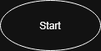
Above: flowchart/git-mirror.drawio.png in raphi-tech/git-mirror (draw.io), before the change. Source tidied: cells renumbered, new cells last; positions are measured from the earlier drawing's top-left corner, leaving out a move shared by most shapes.
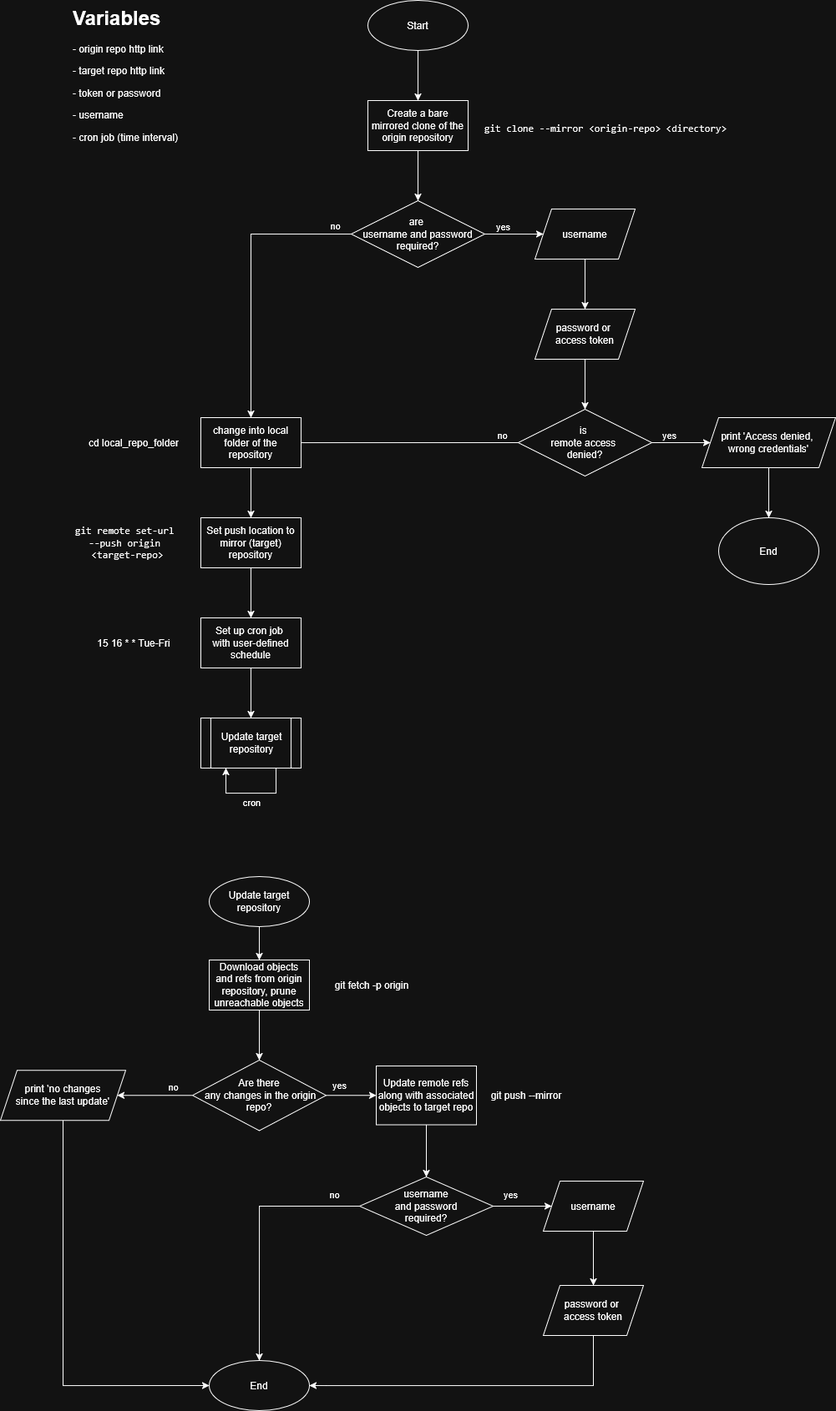
The same diagram one commit later.

The edit, as a diff of the source:
```diff
@@ -2,8 +2,230 @@
   <root>
     <mxCell id="0" />
     <mxCell id="1" parent="0" />
+    <mxCell id="3" style="edgeStyle=orthogonalEdgeStyle;rounded=0;jettySize=auto;html=1;" parent="1" edge="1" source="2" target="47">
+      <mxGeometry relative="1" as="geometry" />
+    </mxCell>
     <mxCell id="2" value="Start" style="ellipse;whiteSpace=wrap;html=1;" parent="1" vertex="1">
       <mxGeometry width="120" height="60" as="geometry" />
     </mxCell>
+    <mxCell id="4" style="edgeStyle=orthogonalEdgeStyle;rounded=0;jettySize=auto;html=1;entryX=0.5;entryY=0;entryDx=0;entryDy=0;" parent="1" edge="1" source="5" target="26">
+      <mxGeometry relative="1" as="geometry" />
+    </mxCell>
+    <mxCell id="5" value="&lt;div&gt;Download objects&lt;/div&gt;&lt;div&gt;and refs from origin repository, prune unreachable objects&lt;/div&gt;" style="rounded=0;whiteSpace=wrap;html=1;" parent="1" vertex="1">
+      <mxGeometry x="-190" y="1150" width="120" height="60" as="geometry" />
+    </mxCell>
+    <mxCell id="6" style="edgeStyle=orthogonalEdgeStyle;rounded=0;jettySize=auto;html=1;" parent="1" edge="1" source="7" target="9">
+      <mxGeometry relative="1" as="geometry" />
+    </mxCell>
+    <mxCell id="7" value="username" style="shape=parallelogram;perimeter=parallelogramPerimeter;whiteSpace=wrap;html=1;fixedSize=1;" parent="1" vertex="1">
+      <mxGeometry x="200" y="250" width="120" height="60" as="geometry" />
+    </mxCell>
+    <mxCell id="8" style="edgeStyle=orthogonalEdgeStyle;rounded=0;jettySize=auto;html=1;" parent="1" edge="1" source="9" target="14">
+      <mxGeometry relative="1" as="geometry" />
+    </mxCell>
+    <mxCell id="9" value="&lt;div&gt;password or&amp;nbsp;&lt;/div&gt;&lt;div&gt;access token&lt;/div&gt;" style="shape=parallelogram;perimeter=parallelogramPerimeter;whiteSpace=wrap;html=1;fixedSize=1;" parent="1" vertex="1">
+      <mxGeometry x="200" y="370" width="120" height="60" as="geometry" />
+    </mxCell>
+    <mxCell id="10" style="edgeStyle=orthogonalEdgeStyle;rounded=0;jettySize=auto;html=1;exitX=1;exitY=0.5;exitDx=0;exitDy=0;" parent="1" edge="1" source="14" target="21">
+      <mxGeometry relative="1" as="geometry" />
+    </mxCell>
+    <mxCell id="11" value="yes" style="edgeLabel;html=1;align=center;verticalAlign=middle;" parent="10" vertex="1">
+      <mxGeometry x="0.26" y="1" relative="1" as="geometry">
+        <mxPoint x="-24" y="-9" as="offset" />
+      </mxGeometry>
+    </mxCell>
+    <mxCell id="12" style="edgeStyle=orthogonalEdgeStyle;rounded=0;jettySize=auto;html=1;exitX=0;exitY=0.5;exitDx=0;exitDy=0;entryX=0.75;entryY=1;entryDx=0;entryDy=0;" parent="1" edge="1" source="14" target="30">
+      <mxGeometry relative="1" as="geometry">
+        <Array as="points">
+          <mxPoint x="-110" y="530" />
+        </Array>
+      </mxGeometry>
+    </mxCell>
+    <mxCell id="13" value="no" style="edgeLabel;html=1;align=center;verticalAlign=middle;" parent="12" vertex="1">
+      <mxGeometry x="-0.15" y="-2" relative="1" as="geometry">
+        <mxPoint x="115" y="-8" as="offset" />
+      </mxGeometry>
+    </mxCell>
+    <mxCell id="14" value="&lt;div&gt;is&amp;nbsp;&lt;/div&gt;&lt;div&gt;remote access&amp;nbsp;&lt;/div&gt;&lt;div&gt;denied?&lt;/div&gt;" style="rhombus;whiteSpace=wrap;html=1;" parent="1" vertex="1">
+      <mxGeometry x="180" y="490" width="160" height="80" as="geometry" />
+    </mxCell>
+    <mxCell id="15" style="edgeStyle=orthogonalEdgeStyle;rounded=0;jettySize=auto;html=1;exitX=1;exitY=0.5;exitDx=0;exitDy=0;entryX=0;entryY=0.5;entryDx=0;entryDy=0;" parent="1" edge="1" source="19" target="7">
+      <mxGeometry relative="1" as="geometry">
+        <Array as="points">
+          <mxPoint x="210" y="280" />
+          <mxPoint x="210" y="280" />
+        </Array>
+      </mxGeometry>
+    </mxCell>
+    <mxCell id="16" value="yes" style="edgeLabel;html=1;align=center;verticalAlign=middle;" parent="15" vertex="1">
+      <mxGeometry x="0.18" y="-1" relative="1" as="geometry">
+        <mxPoint x="-21" y="-11" as="offset" />
+      </mxGeometry>
+    </mxCell>
+    <mxCell id="17" style="edgeStyle=orthogonalEdgeStyle;rounded=0;jettySize=auto;html=1;" parent="1" edge="1" source="19" target="30">
+      <mxGeometry relative="1" as="geometry" />
+    </mxCell>
+    <mxCell id="18" value="&lt;div&gt;no&lt;/div&gt;" style="edgeLabel;html=1;align=center;verticalAlign=middle;" parent="17" vertex="1">
+      <mxGeometry x="-0.26" y="-1" relative="1" as="geometry">
+        <mxPoint x="101" y="-16" as="offset" />
+      </mxGeometry>
+    </mxCell>
+    <mxCell id="19" value="&lt;div&gt;are&amp;nbsp;&lt;/div&gt;&lt;div&gt;username and password required?&lt;/div&gt;" style="rhombus;whiteSpace=wrap;html=1;" parent="1" vertex="1">
+      <mxGeometry x="-20" y="240" width="160" height="80" as="geometry" />
+    </mxCell>
+    <mxCell id="20" style="edgeStyle=orthogonalEdgeStyle;rounded=0;jettySize=auto;html=1;" parent="1" edge="1" source="21" target="44">
+      <mxGeometry relative="1" as="geometry" />
+    </mxCell>
+    <mxCell id="21" value="&lt;div&gt;print 'Access denied,&amp;nbsp;&lt;/div&gt;&lt;div&gt;wrong credentials'&lt;/div&gt;" style="shape=parallelogram;perimeter=parallelogramPerimeter;whiteSpace=wrap;html=1;fixedSize=1;" parent="1" vertex="1">
+      <mxGeometry x="400" y="500" width="160" height="60" as="geometry" />
+    </mxCell>
+    <mxCell id="22" value="git fetch -p origin" style="text;html=1;align=center;verticalAlign=middle;whiteSpace=wrap;rounded=0;" parent="1" vertex="1">
+      <mxGeometry x="-50" y="1165" width="110" height="30" as="geometry" />
+    </mxCell>
+    <mxCell id="23" value="yes" style="edgeStyle=orthogonalEdgeStyle;rounded=0;jettySize=auto;html=1;exitX=1;exitY=0.5;exitDx=0;exitDy=0;entryX=0;entryY=0.5;entryDx=0;entryDy=0;" parent="1" edge="1" source="26" target="33">
+      <mxGeometry x="-0.43" y="12" relative="1" as="geometry" />
+    </mxCell>
+    <mxCell id="24" style="edgeStyle=orthogonalEdgeStyle;rounded=0;jettySize=auto;html=1;" parent="1" edge="1" source="26" target="51">
+      <mxGeometry relative="1" as="geometry" />
+    </mxCell>
+    <mxCell id="25" value="no" style="edgeLabel;html=1;align=center;verticalAlign=middle;" parent="24" vertex="1">
+      <mxGeometry x="-0.24" y="-1" relative="1" as="geometry">
+        <mxPoint x="11" y="-10" as="offset" />
+      </mxGeometry>
+    </mxCell>
+    <mxCell id="26" value="&lt;div&gt;Are there&lt;/div&gt;&lt;div&gt;&amp;nbsp;any&amp;nbsp;changes in the origin&lt;/div&gt;&lt;div&gt;repo?&lt;/div&gt;" style="rhombus;whiteSpace=wrap;html=1;" parent="1" vertex="1">
+      <mxGeometry x="-210" y="1270" width="160" height="84.5" as="geometry" />
+    </mxCell>
+    <mxCell id="27" style="edgeStyle=orthogonalEdgeStyle;rounded=0;jettySize=auto;html=1;" parent="1" edge="1" source="28" target="54">
+      <mxGeometry relative="1" as="geometry" />
+    </mxCell>
+    <mxCell id="28" value="Set push location to mirror (target) repository" style="rounded=0;whiteSpace=wrap;html=1;" parent="1" vertex="1">
+      <mxGeometry x="-200" y="620" width="120" height="60" as="geometry" />
+    </mxCell>
+    <mxCell id="29" style="edgeStyle=orthogonalEdgeStyle;rounded=0;jettySize=auto;html=1;entryX=0.5;entryY=0;entryDx=0;entryDy=0;" parent="1" edge="1" source="30" target="28">
+      <mxGeometry relative="1" as="geometry" />
+    </mxCell>
+    <mxCell id="30" value="change into local folder of the repository" style="rounded=0;whiteSpace=wrap;html=1;" parent="1" vertex="1">
+      <mxGeometry x="-200" y="500" width="120" height="60" as="geometry" />
+    </mxCell>
+    <mxCell id="31" value="cd local_repo_folder" style="text;html=1;align=center;verticalAlign=middle;whiteSpace=wrap;rounded=0;" parent="1" vertex="1">
+      <mxGeometry x="-340" y="515" width="120" height="30" as="geometry" />
+    </mxCell>
+    <mxCell id="32" style="edgeStyle=orthogonalEdgeStyle;rounded=0;jettySize=auto;html=1;" parent="1" edge="1" source="33" target="39">
+      <mxGeometry relative="1" as="geometry" />
+    </mxCell>
+    <mxCell id="33" value="Update remote refs along with associated objects to target repo" style="rounded=0;whiteSpace=wrap;html=1;" parent="1" vertex="1">
+      <mxGeometry x="10" y="1277" width="120" height="70.5" as="geometry" />
+    </mxCell>
+    <mxCell id="34" value="&lt;div&gt;git push --mirror&lt;/div&gt;" style="text;html=1;align=center;verticalAlign=middle;whiteSpace=wrap;rounded=0;" parent="1" vertex="1">
+      <mxGeometry x="140" y="1297.2" width="100" height="30" as="geometry" />
+    </mxCell>
+    <mxCell id="35" style="edgeStyle=orthogonalEdgeStyle;rounded=0;jettySize=auto;html=1;exitX=1;exitY=0.5;exitDx=0;exitDy=0;" parent="1" edge="1" source="39" target="41">
+      <mxGeometry relative="1" as="geometry">
+        <Array as="points">
+          <mxPoint x="190" y="1445" />
+          <mxPoint x="190" y="1445" />
+        </Array>
+      </mxGeometry>
+    </mxCell>
+    <mxCell id="36" value="yes" style="edgeLabel;html=1;align=center;verticalAlign=middle;" parent="35" vertex="1">
+      <mxGeometry x="0.25" y="3" relative="1" as="geometry">
+        <mxPoint x="-24" y="-12" as="offset" />
+      </mxGeometry>
+    </mxCell>
+    <mxCell id="37" style="edgeStyle=orthogonalEdgeStyle;rounded=0;jettySize=auto;html=1;entryX=0.5;entryY=0;entryDx=0;entryDy=0;" parent="1" edge="1" source="39" target="60">
+      <mxGeometry relative="1" as="geometry" />
+    </mxCell>
+    <mxCell id="38" value="no" style="edgeLabel;html=1;align=center;verticalAlign=middle;" parent="37" vertex="1">
+      <mxGeometry x="-0.72" y="-1" relative="1" as="geometry">
+        <mxPoint x="13" y="-14" as="offset" />
+      </mxGeometry>
+    </mxCell>
+    <mxCell id="39" value="&lt;div&gt;username&lt;/div&gt;&lt;div&gt;and password&lt;/div&gt;&lt;div&gt;required?&lt;/div&gt;" style="rhombus;whiteSpace=wrap;html=1;" parent="1" vertex="1">
+      <mxGeometry x="-10" y="1410" width="160" height="70" as="geometry" />
+    </mxCell>
+    <mxCell id="40" style="edgeStyle=orthogonalEdgeStyle;rounded=0;jettySize=auto;html=1;" parent="1" edge="1" source="41" target="43">
+      <mxGeometry relative="1" as="geometry" />
+    </mxCell>
+    <mxCell id="41" value="username" style="shape=parallelogram;perimeter=parallelogramPerimeter;whiteSpace=wrap;html=1;fixedSize=1;" parent="1" vertex="1">
+      <mxGeometry x="210" y="1415" width="120" height="60" as="geometry" />
+    </mxCell>
+    <mxCell id="42" style="edgeStyle=orthogonalEdgeStyle;rounded=0;jettySize=auto;html=1;entryX=1;entryY=0.5;entryDx=0;entryDy=0;" parent="1" edge="1" source="43" target="60">
+      <mxGeometry relative="1" as="geometry">
+        <Array as="points">
+          <mxPoint x="270" y="1660" />
+          <mxPoint x="-50" y="1660" />
+        </Array>
+      </mxGeometry>
+    </mxCell>
+    <mxCell id="43" value="&lt;div&gt;password or&amp;nbsp;&lt;/div&gt;&lt;div&gt;access token&lt;/div&gt;" style="shape=parallelogram;perimeter=parallelogramPerimeter;whiteSpace=wrap;html=1;fixedSize=1;" parent="1" vertex="1">
+      <mxGeometry x="210" y="1540" width="120" height="60" as="geometry" />
+    </mxCell>
+    <mxCell id="44" value="End" style="ellipse;whiteSpace=wrap;html=1;" parent="1" vertex="1">
+      <mxGeometry x="420" y="620" width="120" height="80" as="geometry" />
+    </mxCell>
+    <mxCell id="45" value="&lt;pre&gt;&lt;code class=&quot;hljs language-shell&quot;&gt;git clone --mirror &amp;lt;origin-repo&amp;gt; &lt;/code&gt;&amp;lt;directory&amp;gt;&lt;/pre&gt;" style="text;html=1;align=center;verticalAlign=middle;whiteSpace=wrap;rounded=0;" parent="1" vertex="1">
+      <mxGeometry x="140" y="125" width="290" height="55" as="geometry" />
+    </mxCell>
+    <mxCell id="46" style="edgeStyle=orthogonalEdgeStyle;rounded=0;jettySize=auto;html=1;entryX=0.5;entryY=0;entryDx=0;entryDy=0;" parent="1" edge="1" source="47" target="19">
+      <mxGeometry relative="1" as="geometry">
+        <Array as="points">
+          <mxPoint x="60" y="150" />
+        </Array>
+      </mxGeometry>
+    </mxCell>
+    <mxCell id="47" value="Create a bare mirrored clone of the origin repository" style="rounded=0;whiteSpace=wrap;html=1;" parent="1" vertex="1">
+      <mxGeometry y="120" width="120" height="60" as="geometry" />
+    </mxCell>
+    <mxCell id="48" value="&lt;pre&gt;&lt;code class=&quot;hljs language-shell&quot;&gt;git remote set-url &lt;br&gt;--push origin &lt;br&gt;&amp;lt;target-repo&amp;gt;&lt;/code&gt;&lt;/pre&gt;" style="text;html=1;align=center;verticalAlign=middle;whiteSpace=wrap;rounded=0;" parent="1" vertex="1">
+      <mxGeometry x="-355" y="625" width="135" height="50" as="geometry" />
+    </mxCell>
+    <mxCell id="49" value="&lt;h1 style=&quot;margin-top: 0px;&quot;&gt;Variables&lt;/h1&gt;&lt;p&gt;- origin repo http link&lt;/p&gt;&lt;p&gt;- target repo http link&lt;/p&gt;&lt;p&gt;- token or password&lt;/p&gt;&lt;p&gt;- username&lt;/p&gt;&lt;p&gt;- cron job (time interval)&lt;/p&gt;" style="text;html=1;whiteSpace=wrap;overflow=hidden;rounded=0;" parent="1" vertex="1">
+      <mxGeometry x="-355" width="247.5" height="210" as="geometry" />
+    </mxCell>
+    <mxCell id="50" style="edgeStyle=orthogonalEdgeStyle;rounded=0;jettySize=auto;html=1;entryX=0;entryY=0.5;entryDx=0;entryDy=0;exitX=0.5;exitY=1;exitDx=0;exitDy=0;" parent="1" edge="1" source="51" target="60">
+      <mxGeometry relative="1" as="geometry">
+        <Array as="points">
+          <mxPoint x="-365" y="1660" />
+        </Array>
+      </mxGeometry>
+    </mxCell>
+    <mxCell id="51" value="&lt;div&gt;print 'no changes&lt;/div&gt;&lt;div&gt;since the last update'&lt;/div&gt;" style="shape=parallelogram;perimeter=parallelogramPerimeter;whiteSpace=wrap;html=1;fixedSize=1;" parent="1" vertex="1">
+      <mxGeometry x="-440" y="1282.2" width="150" height="60" as="geometry" />
+    </mxCell>
+    <mxCell id="52" value="15 16 * * Tue-Fri" style="text;html=1;align=center;verticalAlign=middle;whiteSpace=wrap;rounded=0;" parent="1" vertex="1">
+      <mxGeometry x="-345" y="755" width="130" height="30" as="geometry" />
+    </mxCell>
+    <mxCell id="53" style="edgeStyle=orthogonalEdgeStyle;rounded=0;jettySize=auto;html=1;" parent="1" edge="1" source="54" target="55">
+      <mxGeometry relative="1" as="geometry" />
+    </mxCell>
+    <mxCell id="54" value="&lt;div&gt;Set up cron job&amp;nbsp;&lt;/div&gt;&lt;div&gt;with user-defined schedule&lt;/div&gt;" style="rounded=0;whiteSpace=wrap;html=1;" parent="1" vertex="1">
+      <mxGeometry x="-200" y="740" width="120" height="60" as="geometry" />
+    </mxCell>
+    <mxCell id="55" value="Update target repository" style="shape=process;whiteSpace=wrap;html=1;backgroundOutline=1;" parent="1" vertex="1">
+      <mxGeometry x="-200" y="860" width="120" height="60" as="geometry" />
+    </mxCell>
+    <mxCell id="56" style="edgeStyle=orthogonalEdgeStyle;rounded=0;jettySize=auto;html=1;" parent="1" edge="1" source="57" target="5">
+      <mxGeometry relative="1" as="geometry" />
+    </mxCell>
+    <mxCell id="57" value="Update target repository" style="ellipse;whiteSpace=wrap;html=1;" parent="1" vertex="1">
+      <mxGeometry x="-190" y="1050" width="120" height="60" as="geometry" />
+    </mxCell>
+    <mxCell id="58" style="edgeStyle=orthogonalEdgeStyle;rounded=0;orthogonalLoop=1;jettySize=auto;html=1;entryX=0.25;entryY=1;entryDx=0;entryDy=0;exitX=0.75;exitY=1;exitDx=0;exitDy=0;" parent="1" edge="1" source="55" target="55">
+      <mxGeometry relative="1" as="geometry">
+        <Array as="points">
+          <mxPoint x="-110" y="950" />
+          <mxPoint x="-170" y="950" />
+        </Array>
+      </mxGeometry>
+    </mxCell>
+    <mxCell id="59" value="cron" style="edgeLabel;html=1;align=center;verticalAlign=middle;" parent="58" vertex="1">
+      <mxGeometry x="-0.07" y="-1" relative="1" as="geometry">
+        <mxPoint x="-4" y="11" as="offset" />
+      </mxGeometry>
+    </mxCell>
+    <mxCell id="60" value="End" style="ellipse;whiteSpace=wrap;html=1;" parent="1" vertex="1">
+      <mxGeometry x="-190" y="1630" width="120" height="60" as="geometry" />
+    </mxCell>
   </root>
 </mxGraphModel>
```
